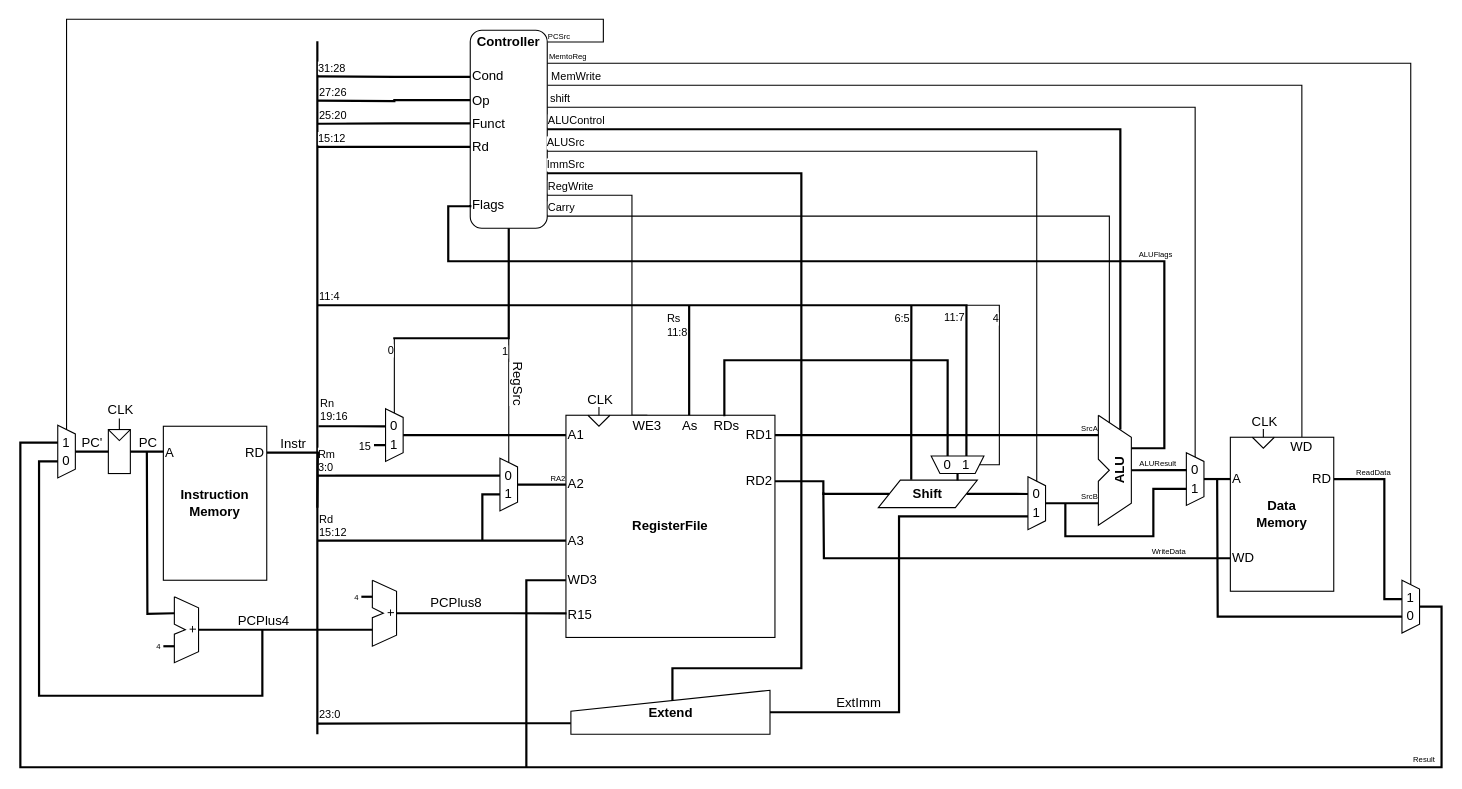
The draw.io diagram asset/arm_cpu_diagram.drawio in takah29/arm-cpu, before the edit. Source tidied: cells renumbered, new cells numbered last; positions are measured from the earlier drawing's top-left corner, leaving out a move shared by most shapes. Both pictures are drawn from the tidied source at 110%, with x=0, y=0 at pixel (20, 19).
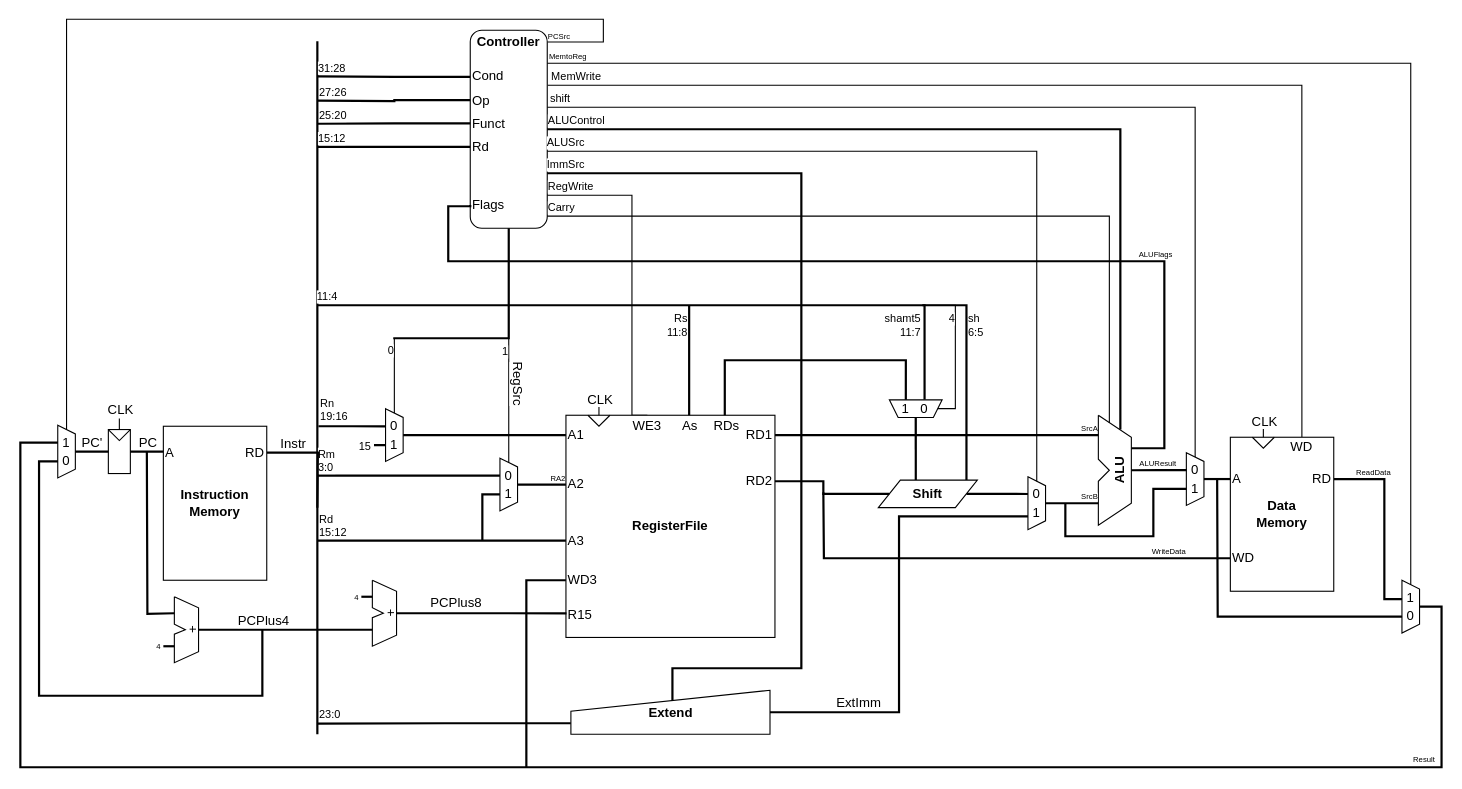
Above is the later version.

The change refers to these unchanged cells:
```xml
<mxCell id="46" value="&lt;b&gt;Shift&lt;/b&gt;" style="shape=parallelogram;perimeter=parallelogramPerimeter;whiteSpace=wrap;html=1;fixedSize=1;" parent="1" vertex="1">
  <mxGeometry x="780" y="419" width="90" height="25" as="geometry" />
</mxCell>
<mxCell id="97" value="&lt;b&gt;RegisterFile&lt;/b&gt;" style="rounded=0;whiteSpace=wrap;html=1;" parent="96" vertex="1">
  <mxGeometry width="190" height="202" as="geometry" />
</mxCell>
<mxCell id="107" value="RDs" style="text;html=1;strokeColor=none;fillColor=none;align=right;verticalAlign=middle;whiteSpace=wrap;rounded=0;" parent="96" vertex="1">
  <mxGeometry x="130" width="30" height="20" as="geometry" />
</mxCell>
<mxCell id="156" style="shape=trapezoid;perimeter=trapezoidPerimeter;whiteSpace=wrap;html=1;fixedSize=1;rotation=180;size=8;" parent="155" vertex="1">
  <mxGeometry x="-16" y="16" width="48" height="16" as="geometry" />
</mxCell>
<mxCell id="177" style="edgeStyle=orthogonalEdgeStyle;rounded=0;jettySize=auto;html=1;exitX=0.5;exitY=0;exitDx=0;exitDy=0;endArrow=none;endFill=0;strokeWidth=2;" parent="1" edge="1" source="106">
  <mxGeometry relative="1" as="geometry">
    <mxPoint x="608" y="260" as="targetPoint" />
    <Array as="points">
      <mxPoint x="608" y="260" />
    </Array>
  </mxGeometry>
</mxCell>
```

The edit, as a diff of the source:
```diff
@@
-    <mxCell id="40" style="edgeStyle=orthogonalEdgeStyle;rounded=0;jettySize=auto;html=1;exitX=0.332;exitY=1.001;exitDx=0;exitDy=0;endArrow=none;endFill=0;strokeWidth=2;exitPerimeter=0;" parent="1" edge="1" source="156">
+    <mxCell id="40" style="edgeStyle=orthogonalEdgeStyle;rounded=0;jettySize=auto;html=1;endArrow=none;endFill=0;strokeWidth=2;exitX=0.333;exitY=1.01;exitDx=0;exitDy=0;exitPerimeter=0;" parent="1" edge="1" source="156">
       <mxGeometry relative="1" as="geometry">
         <mxPoint x="270" y="260" as="targetPoint" />
         <Array as="points">
-          <mxPoint x="860" y="260" />
+          <mxPoint x="822" y="260" />
         </Array>
       </mxGeometry>
     </mxCell>
@@
-    <mxCell id="42" value="&lt;font style=&quot;font-size: 10px;&quot;&gt;11:7&lt;/font&gt;" style="edgeLabel;html=1;align=right;verticalAlign=top;fontSize=10;" parent="40" vertex="1">
+    <mxCell id="42" value="&lt;div style=&quot;text-align: left&quot;&gt;shamt5&lt;/div&gt;&lt;font style=&quot;font-size: 10px&quot;&gt;&lt;div&gt;11:7&lt;/div&gt;&lt;/font&gt;" style="edgeLabel;html=1;align=right;verticalAlign=top;fontSize=10;" parent="40" vertex="1">
       <mxGeometry x="-0.69" y="1" relative="1" as="geometry">
-        <mxPoint y="-25" as="offset" />
+        <mxPoint x="10.2" y="-1" as="offset" />
       </mxGeometry>
     </mxCell>
-    <mxCell id="43" style="edgeStyle=orthogonalEdgeStyle;rounded=0;orthogonalLoop=1;jettySize=auto;html=1;exitX=0.399;exitY=-0.018;exitDx=0;exitDy=0;endArrow=none;endFill=0;exitPerimeter=0;strokeWidth=2;" parent="1" edge="1">
-      <mxGeometry relative="1" as="geometry">
-        <mxPoint x="809.9" y="418.6" as="sourcePoint" />
-        <mxPoint x="810" y="260" as="targetPoint" />
-        <Array as="points">
-          <mxPoint x="810" y="334" />
-          <mxPoint x="810" y="334" />
-        </Array>
-      </mxGeometry>
-    </mxCell>
-    <mxCell id="44" value="&lt;font style=&quot;font-size: 10px;&quot;&gt;6:5&lt;/font&gt;" style="edgeLabel;html=1;align=right;verticalAlign=top;fontSize=10;" parent="43" vertex="1">
-      <mxGeometry x="0.79" y="1" relative="1" as="geometry">
-        <mxPoint y="-16.7" as="offset" />
-      </mxGeometry>
-    </mxCell>
@@
+    <mxCell id="180" style="edgeStyle=orthogonalEdgeStyle;rounded=0;jettySize=auto;html=1;exitX=0.89;exitY=-0.003;exitDx=0;exitDy=0;endArrow=none;endFill=0;strokeWidth=2;fontSize=10;exitPerimeter=0;" parent="1" edge="1" source="46">
+      <mxGeometry relative="1" as="geometry">
+        <mxPoint x="820" y="260" as="targetPoint" />
+        <Array as="points">
+          <mxPoint x="860" y="260" />
+        </Array>
+      </mxGeometry>
+    </mxCell>
+    <mxCell id="181" value="sh&lt;br&gt;&lt;div style=&quot;&quot;&gt;6:5&lt;/div&gt;" style="edgeLabel;html=1;align=left;verticalAlign=top;fontSize=10;" parent="180" vertex="1">
+      <mxGeometry x="0.43" y="1" relative="1" as="geometry">
+        <mxPoint x="0.9" y="-16.6" as="offset" />
+      </mxGeometry>
+    </mxCell>
+    <mxCell id="182" style="edgeStyle=orthogonalEdgeStyle;rounded=0;jettySize=auto;html=1;exitX=0.378;exitY=-0.005;exitDx=0;exitDy=0;entryX=0.5;entryY=0;entryDx=0;entryDy=0;endArrow=none;endFill=0;strokeWidth=2;fontSize=10;exitPerimeter=0;" parent="1" edge="1" source="46" target="156">
+      <mxGeometry relative="1" as="geometry" />
+    </mxCell>
@@
     <mxCell id="155" style="group;rotation=90;" parent="1" vertex="1">
-      <mxGeometry x="844" y="381" width="16" height="48" as="geometry" />
+      <mxGeometry x="806" y="330" width="16" height="48" as="geometry" />
     </mxCell>
@@
-    <mxCell id="157" value="0" style="text;html=1;strokeColor=none;fillColor=none;align=center;verticalAlign=middle;whiteSpace=wrap;rounded=0;rotation=0;" parent="155" vertex="1">
+    <mxCell id="157" value="1" style="text;html=1;strokeColor=none;fillColor=none;align=center;verticalAlign=middle;whiteSpace=wrap;rounded=0;rotation=0;" parent="155" vertex="1">
       <mxGeometry x="-6" y="14" width="10" height="20" as="geometry" />
     </mxCell>
-    <mxCell id="158" value="1" style="text;html=1;strokeColor=none;fillColor=none;align=center;verticalAlign=middle;whiteSpace=wrap;rounded=0;rotation=0;" parent="155" vertex="1">
+    <mxCell id="158" value="0" style="text;html=1;strokeColor=none;fillColor=none;align=center;verticalAlign=middle;whiteSpace=wrap;rounded=0;rotation=0;" parent="155" vertex="1">
       <mxGeometry x="11" y="14" width="10" height="20" as="geometry" />
     </mxCell>
-    <mxCell id="159" style="edgeStyle=orthogonalEdgeStyle;rounded=0;jettySize=auto;html=1;exitX=0.5;exitY=0;exitDx=0;exitDy=0;entryX=0.8;entryY=0.008;entryDx=0;entryDy=0;entryPerimeter=0;endArrow=none;endFill=0;strokeWidth=2;fontSize=12;" parent="1" edge="1" source="156" target="46">
-      <mxGeometry relative="1" as="geometry" />
-    </mxCell>
     <mxCell id="160" style="edgeStyle=orthogonalEdgeStyle;rounded=0;jettySize=auto;html=1;exitX=0;exitY=0.5;exitDx=0;exitDy=0;endArrow=none;endFill=0;strokeWidth=1;fontSize=12;" parent="1" edge="1" source="156">
       <mxGeometry relative="1" as="geometry">
-        <mxPoint x="860" y="260" as="targetPoint" />
+        <mxPoint x="820" y="260" as="targetPoint" />
         <Array as="points">
-          <mxPoint x="890" y="405" />
-          <mxPoint x="890" y="260" />
+          <mxPoint x="850" y="354" />
+          <mxPoint x="850" y="260" />
         </Array>
       </mxGeometry>
     </mxCell>
     <mxCell id="161" value="&lt;font style=&quot;font-size: 10px;&quot;&gt;4&lt;/font&gt;" style="edgeLabel;html=1;align=right;verticalAlign=top;fontSize=10;" parent="160" vertex="1">
       <mxGeometry x="0.52" relative="1" as="geometry">
-        <mxPoint y="-16.3" as="offset" />
+        <mxPoint y="-4.1" as="offset" />
       </mxGeometry>
     </mxCell>
@@
-    <mxCell id="178" value="&lt;div style=&quot;text-align: left&quot;&gt;Rs&lt;/div&gt;&lt;div&gt;11:8&lt;/div&gt;" style="edgeLabel;html=1;align=right;verticalAlign=top;fontSize=10;" parent="177" vertex="1">
+    <mxCell id="178" value="&lt;div&gt;Rs&lt;/div&gt;&lt;div&gt;11:8&lt;/div&gt;" style="edgeLabel;html=1;align=right;verticalAlign=top;fontSize=10;" parent="177" vertex="1">
       <mxGeometry x="0.8" relative="1" as="geometry">
         <mxPoint x="-1" y="-9.8" as="offset" />
       </mxGeometry>
     </mxCell>
-    <mxCell id="179" style="edgeStyle=orthogonalEdgeStyle;rounded=0;jettySize=auto;html=1;exitX=0.5;exitY=0;exitDx=0;exitDy=0;endArrow=none;endFill=0;strokeWidth=2;fontSize=10;entryX=0.688;entryY=0.995;entryDx=0;entryDy=0;entryPerimeter=0;" parent="1" edge="1" source="107" target="156">
+    <mxCell id="179" style="edgeStyle=orthogonalEdgeStyle;rounded=0;jettySize=auto;html=1;exitX=0.76;exitY=0;exitDx=0;exitDy=0;endArrow=none;endFill=0;strokeWidth=2;fontSize=10;exitPerimeter=0;entryX=0.688;entryY=1.001;entryDx=0;entryDy=0;entryPerimeter=0;" parent="1" edge="1" source="97" target="156">
       <mxGeometry relative="1" as="geometry">
         <Array as="points">
-          <mxPoint x="640" y="360" />
           <mxPoint x="640" y="310" />
-          <mxPoint x="843" y="310" />
+          <mxPoint x="805" y="310" />
         </Array>
       </mxGeometry>
     </mxCell>
```
